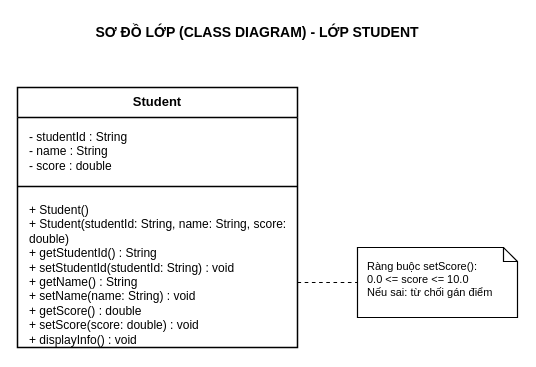
This is class_diagram.drawio from tuankhn/bai1-ss07-it105, a draw.io file, before an edit. Source tidied: cells renumbered, new cells numbered last; positions are measured from the earlier drawing's top-left corner, leaving out a move shared by most shapes. Both pictures are drawn from the tidied source at 100%, with x=0, y=0 at pixel (17, 17).
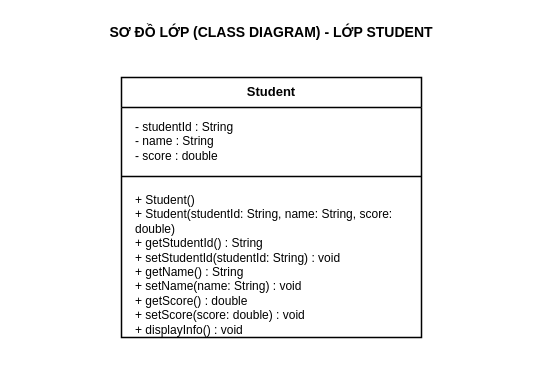
The same page after the edit.

What changed in the source:
```diff
@@
 <mxGraphModel background="#ffffff">
   <root>
     <mxCell id="0" />
     <mxCell id="1" parent="0" />
     <mxCell id="2" value="SƠ ĐỒ LỚP (CLASS DIAGRAM) - LỚP STUDENT" style="text;html=1;strokeColor=none;fillColor=none;align=center;verticalAlign=middle;whiteSpace=wrap;rounded=0;fontSize=14;fontStyle=1;fontColor=#000000;" parent="1" vertex="1">
-      <mxGeometry x="40" width="400" height="30" as="geometry" />
+      <mxGeometry x="54" width="400" height="30" as="geometry" />
     </mxCell>
     <mxCell id="3" value="Student" style="swimlane;fontStyle=1;align=center;verticalAlign=top;horizontal=1;startSize=30;whiteSpace=wrap;html=1;strokeColor=#000000;strokeWidth=1.5;fillColor=#ffffff;fontColor=#000000;fontSize=13;" parent="1" vertex="1">
-      <mxGeometry y="70" width="280" height="260" as="geometry" />
+      <mxGeometry x="104" y="60" width="300" height="260" as="geometry" />
     </mxCell>
-    <mxCell id="4" value="- studentId : String&#10;- name : String&#10;- score : double" style="text;strokeColor=none;fillColor=none;align=left;verticalAlign=top;spacingLeft=10;spacingTop=6;spacingRight=4;overflow=hidden;whiteSpace=wrap;html=1;fontSize=12;fontColor=#000000;" parent="3" vertex="1">
-      <mxGeometry y="30" width="280" height="65" as="geometry" />
+    <mxCell id="4" value="- studentId : String&#10;- name : String&#10;- score : double" style="text;strokeColor=none;fillColor=none;align=left;verticalAlign=top;spacingLeft=12;spacingTop=6;spacingRight=4;overflow=hidden;whiteSpace=wrap;html=1;fontSize=12;fontColor=#000000;" parent="3" vertex="1">
+      <mxGeometry y="30" width="300" height="65" as="geometry" />
     </mxCell>
     <mxCell id="5" style="line;strokeWidth=1.5;fillColor=none;align=left;verticalAlign=middle;spacingTop=-1;spacingLeft=3;spacingRight=3;labelPosition=right;strokeColor=#000000;" parent="3" vertex="1">
-      <mxGeometry y="95" width="280" height="8" as="geometry" />
+      <mxGeometry y="95" width="300" height="8" as="geometry" />
     </mxCell>
-    <mxCell id="6" value="+ Student()&#10;+ Student(studentId: String, name: String, score: double)&#10;+ getStudentId() : String&#10;+ setStudentId(studentId: String) : void&#10;+ getName() : String&#10;+ setName(name: String) : void&#10;+ getScore() : double&#10;+ setScore(score: double) : void&#10;+ displayInfo() : void" style="text;strokeColor=none;fillColor=none;align=left;verticalAlign=top;spacingLeft=10;spacingTop=6;spacingRight=4;overflow=hidden;whiteSpace=wrap;html=1;fontSize=12;fontColor=#000000;" parent="3" vertex="1">
-      <mxGeometry y="103" width="280" height="157" as="geometry" />
+    <mxCell id="6" value="+ Student()&#10;+ Student(studentId: String, name: String, score: double)&#10;+ getStudentId() : String&#10;+ setStudentId(studentId: String) : void&#10;+ getName() : String&#10;+ setName(name: String) : void&#10;+ getScore() : double&#10;+ setScore(score: double) : void&#10;+ displayInfo() : void" style="text;strokeColor=none;fillColor=none;align=left;verticalAlign=top;spacingLeft=12;spacingTop=6;spacingRight=4;overflow=hidden;whiteSpace=wrap;html=1;fontSize=12;fontColor=#000000;" parent="3" vertex="1">
+      <mxGeometry y="103" width="300" height="157" as="geometry" />
     </mxCell>
-    <mxCell id="7" value="Ràng buộc setScore():&#10;0.0 &lt;= score &lt;= 10.0&#10;Nếu sai: từ chối gán điểm" style="shape=note;whiteSpace=wrap;html=1;size=14;verticalAlign=top;align=left;spacingLeft=8;spacingTop=6;fillColor=#ffffff;strokeColor=#000000;strokeWidth=1.2;fontColor=#000000;fontSize=11;" parent="1" vertex="1">
-      <mxGeometry x="340" y="230" width="160" height="70" as="geometry" />
-    </mxCell>
-    <mxCell id="8" style="endArrow=none;dashed=1;html=1;rounded=0;strokeWidth=1.2;strokeColor=#000000;entryX=0;entryY=0.5;entryDx=0;entryDy=0;" parent="1" edge="1" target="7">
-      <mxGeometry relative="1" as="geometry">
-        <mxPoint x="280" y="265" as="sourcePoint" />
-      </mxGeometry>
-    </mxCell>
   </root>
 </mxGraphModel>
```
